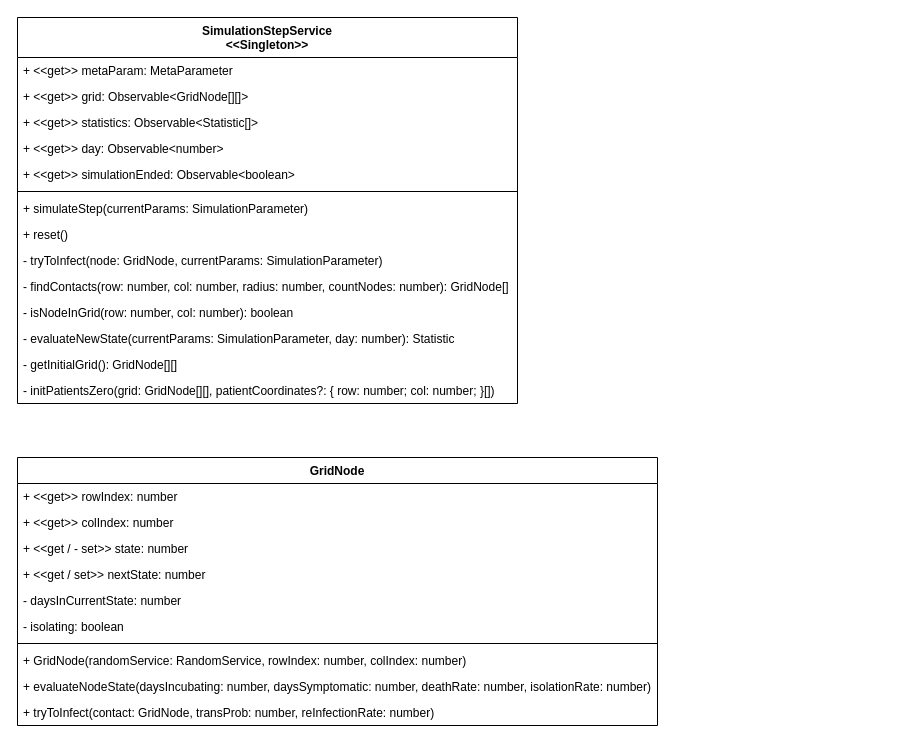
The draw.io diagram Untitled Diagram.drawio in tammowhs/simulationelectron, before the edit. Source tidied: cells renumbered, new cells numbered last; positions are measured from the earlier drawing's top-left corner, leaving out a move shared by most shapes. Both pictures are drawn from the tidied source at 100%, with x=0, y=0 at pixel (17, 17).
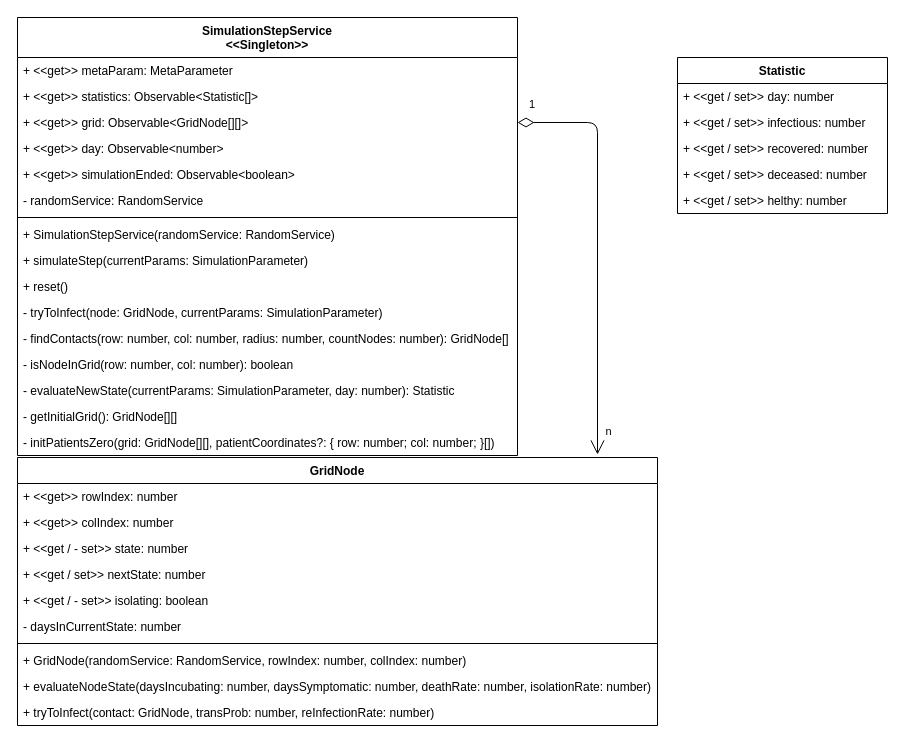
The same page after the edit.

Unchanged cells that the change refers to:
```xml
<mxCell id="17" value="GridNode" style="swimlane;fontStyle=1;align=center;verticalAlign=top;horizontal=1;startSize=26;" parent="1" vertex="1">
  <mxGeometry y="440" width="640" height="268" as="geometry" />
</mxCell>
```

What changed in the source:
```diff
@@
     <mxCell id="2" value="SimulationStepService&#10;&lt;&lt;Singleton&gt;&gt;" style="swimlane;fontStyle=1;align=center;verticalAlign=middle;horizontal=1;startSize=40;rounded=0;shadow=0;strokeWidth=1;" parent="1" vertex="1">
-      <mxGeometry width="500" height="386" as="geometry" />
+      <mxGeometry width="500" height="438" as="geometry" />
     </mxCell>
@@
+    <mxCell id="5" value="+ &lt;&lt;get&gt;&gt; statistics: Observable&lt;Statistic[]&gt;" style="text;align=left;verticalAlign=top;spacingLeft=4;spacingRight=4;overflow=hidden;rounded=0;shadow=0;html=0;" parent="2" vertex="1">
+      <mxGeometry y="66" width="500" height="26" as="geometry" />
+    </mxCell>
     <mxCell id="4" value="+ &lt;&lt;get&gt;&gt; grid: Observable&lt;GridNode[][]&gt;" style="text;align=left;verticalAlign=top;spacingLeft=4;spacingRight=4;overflow=hidden;points=[[0,0.5],[1,0.5]];portConstraint=eastwest;rounded=0;shadow=0;html=0;" parent="2" vertex="1">
-      <mxGeometry y="66" width="500" height="26" as="geometry" />
+      <mxGeometry y="92" width="500" height="26" as="geometry" />
     </mxCell>
-    <mxCell id="5" value="+ &lt;&lt;get&gt;&gt; statistics: Observable&lt;Statistic[]&gt;" style="text;align=left;verticalAlign=top;spacingLeft=4;spacingRight=4;overflow=hidden;rounded=0;shadow=0;html=0;" parent="2" vertex="1">
-      <mxGeometry y="92" width="500" height="26" as="geometry" />
-    </mxCell>
@@
-    <mxCell id="7" value="+ &lt;&lt;get&gt;&gt; simulationEnded: Observable&lt;boolean&gt;&#10;" style="text;align=left;verticalAlign=top;spacingLeft=4;spacingRight=4;overflow=hidden;rounded=0;shadow=0;html=0;" parent="2" vertex="1">
+    <mxCell id="7" value="+ &lt;&lt;get&gt;&gt; simulationEnded: Observable&lt;boolean&gt;" style="text;align=left;verticalAlign=top;spacingLeft=4;spacingRight=4;overflow=hidden;rounded=0;shadow=0;html=0;" parent="2" vertex="1">
       <mxGeometry y="144" width="500" height="26" as="geometry" />
     </mxCell>
+    <mxCell id="28" value="- randomService: RandomService" style="text;align=left;verticalAlign=top;spacingLeft=4;spacingRight=4;overflow=hidden;rounded=0;shadow=0;html=0;" parent="2" vertex="1">
+      <mxGeometry y="170" width="500" height="26" as="geometry" />
+    </mxCell>
     <mxCell id="8" style="line;strokeWidth=1;fillColor=none;align=left;verticalAlign=middle;spacingTop=-1;spacingLeft=3;spacingRight=3;labelPosition=right;" parent="2" vertex="1">
-      <mxGeometry y="170" width="500" height="8" as="geometry" />
+      <mxGeometry y="196" width="500" height="8" as="geometry" />
     </mxCell>
+    <mxCell id="29" value="+ SimulationStepService(randomService: RandomService)" style="text;align=left;verticalAlign=top;spacingLeft=4;spacingRight=4;overflow=hidden;rounded=0;shadow=0;html=0;" parent="2" vertex="1">
+      <mxGeometry y="204" width="500" height="26" as="geometry" />
+    </mxCell>
     <mxCell id="9" value="+ simulateStep(currentParams: SimulationParameter)" style="text;align=left;verticalAlign=top;spacingLeft=4;spacingRight=4;overflow=hidden;rounded=0;shadow=0;html=0;" parent="2" vertex="1">
-      <mxGeometry y="178" width="500" height="26" as="geometry" />
+      <mxGeometry y="230" width="500" height="26" as="geometry" />
     </mxCell>
     <mxCell id="10" value="+ reset()" style="text;align=left;verticalAlign=top;spacingLeft=4;spacingRight=4;overflow=hidden;rounded=0;shadow=0;html=0;" parent="2" vertex="1">
-      <mxGeometry y="204" width="500" height="26" as="geometry" />
+      <mxGeometry y="256" width="500" height="26" as="geometry" />
     </mxCell>
     <mxCell id="11" value="- tryToInfect(node: GridNode, currentParams: SimulationParameter)" style="text;align=left;verticalAlign=top;spacingLeft=4;spacingRight=4;overflow=hidden;rounded=0;shadow=0;html=0;" parent="2" vertex="1">
-      <mxGeometry y="230" width="500" height="26" as="geometry" />
+      <mxGeometry y="282" width="500" height="26" as="geometry" />
     </mxCell>
     <mxCell id="12" value="- findContacts(row: number, col: number, radius: number, countNodes: number): GridNode[]" style="text;align=left;verticalAlign=top;spacingLeft=4;spacingRight=4;overflow=hidden;rounded=0;shadow=0;html=0;" parent="2" vertex="1">
-      <mxGeometry y="256" width="500" height="26" as="geometry" />
+      <mxGeometry y="308" width="500" height="26" as="geometry" />
     </mxCell>
     <mxCell id="13" value="- isNodeInGrid(row: number, col: number): boolean" style="text;align=left;verticalAlign=top;spacingLeft=4;spacingRight=4;overflow=hidden;rounded=0;shadow=0;html=0;" parent="2" vertex="1">
-      <mxGeometry y="282" width="500" height="26" as="geometry" />
+      <mxGeometry y="334" width="500" height="26" as="geometry" />
     </mxCell>
     <mxCell id="14" value="- evaluateNewState(currentParams: SimulationParameter, day: number): Statistic" style="text;align=left;verticalAlign=top;spacingLeft=4;spacingRight=4;overflow=hidden;rounded=0;shadow=0;html=0;" parent="2" vertex="1">
-      <mxGeometry y="308" width="500" height="26" as="geometry" />
+      <mxGeometry y="360" width="500" height="26" as="geometry" />
     </mxCell>
     <mxCell id="15" value="- getInitialGrid(): GridNode[][]" style="text;align=left;verticalAlign=top;spacingLeft=4;spacingRight=4;overflow=hidden;rounded=0;shadow=0;html=0;" parent="2" vertex="1">
-      <mxGeometry y="334" width="500" height="26" as="geometry" />
+      <mxGeometry y="386" width="500" height="26" as="geometry" />
     </mxCell>
     <mxCell id="16" value="- initPatientsZero(grid: GridNode[][], patientCoordinates?: { row: number; col: number; }[])" style="text;align=left;verticalAlign=top;spacingLeft=4;spacingRight=4;overflow=hidden;rounded=0;shadow=0;html=0;" parent="2" vertex="1">
-      <mxGeometry y="360" width="500" height="26" as="geometry" />
+      <mxGeometry y="412" width="500" height="26" as="geometry" />
     </mxCell>
@@
+    <mxCell id="23" value="+ &lt;&lt;get / - set&gt;&gt; isolating: boolean" style="text;strokeColor=none;fillColor=none;align=left;verticalAlign=top;spacingLeft=4;spacingRight=4;overflow=hidden;" parent="17" vertex="1">
+      <mxGeometry y="130" width="640" height="26" as="geometry" />
+    </mxCell>
     <mxCell id="22" value="- daysInCurrentState: number" style="text;strokeColor=none;fillColor=none;align=left;verticalAlign=top;spacingLeft=4;spacingRight=4;overflow=hidden;" parent="17" vertex="1">
-      <mxGeometry y="130" width="640" height="26" as="geometry" />
+      <mxGeometry y="156" width="640" height="26" as="geometry" />
     </mxCell>
-    <mxCell id="23" value="- isolating: boolean" style="text;strokeColor=none;fillColor=none;align=left;verticalAlign=top;spacingLeft=4;spacingRight=4;overflow=hidden;" parent="17" vertex="1">
-      <mxGeometry y="156" width="640" height="26" as="geometry" />
-    </mxCell>
@@
+    <mxCell id="30" value="Statistic" style="swimlane;fontStyle=1;align=center;verticalAlign=top;horizontal=1;startSize=26;" parent="1" vertex="1">
+      <mxGeometry x="660" y="40" width="210" height="156" as="geometry" />
+    </mxCell>
+    <mxCell id="31" value="+ &lt;&lt;get / set&gt;&gt; day: number" style="text;strokeColor=none;fillColor=none;align=left;verticalAlign=top;spacingLeft=4;spacingRight=4;overflow=hidden;" parent="30" vertex="1">
+      <mxGeometry y="26" width="210" height="26" as="geometry" />
+    </mxCell>
+    <mxCell id="32" value="+ &lt;&lt;get / set&gt;&gt; infectious: number" style="text;strokeColor=none;fillColor=none;align=left;verticalAlign=top;spacingLeft=4;spacingRight=4;overflow=hidden;" parent="30" vertex="1">
+      <mxGeometry y="52" width="210" height="26" as="geometry" />
+    </mxCell>
+    <mxCell id="33" value="+ &lt;&lt;get / set&gt;&gt; recovered: number" style="text;strokeColor=none;fillColor=none;align=left;verticalAlign=top;spacingLeft=4;spacingRight=4;overflow=hidden;" parent="30" vertex="1">
+      <mxGeometry y="78" width="210" height="26" as="geometry" />
+    </mxCell>
+    <mxCell id="34" value="+ &lt;&lt;get / set&gt;&gt; deceased: number" style="text;strokeColor=none;fillColor=none;align=left;verticalAlign=top;spacingLeft=4;spacingRight=4;overflow=hidden;" parent="30" vertex="1">
+      <mxGeometry y="104" width="210" height="26" as="geometry" />
+    </mxCell>
+    <mxCell id="35" value="+ &lt;&lt;get / set&gt;&gt; helthy: number" style="text;strokeColor=none;fillColor=none;align=left;verticalAlign=top;spacingLeft=4;spacingRight=4;overflow=hidden;" parent="30" vertex="1">
+      <mxGeometry y="130" width="210" height="26" as="geometry" />
+    </mxCell>
+    <mxCell id="36" value="1" style="endArrow=open;html=1;endSize=12;startArrow=diamondThin;startSize=14;startFill=0;edgeStyle=orthogonalEdgeStyle;align=left;verticalAlign=bottom;exitX=1;exitY=0.5;exitDx=0;exitDy=0;" parent="1" edge="1" source="4">
+      <mxGeometry x="-0.95" y="9" relative="1" as="geometry">
+        <mxPoint x="580" y="437" as="targetPoint" />
+        <Array as="points">
+          <mxPoint x="580" y="105" />
+        </Array>
+      </mxGeometry>
+    </mxCell>
+    <mxCell id="37" value="n" style="edgeLabel;html=1;align=center;verticalAlign=middle;" parent="36" vertex="1">
+      <mxGeometry x="0.95" y="1" relative="1" as="geometry">
+        <mxPoint x="9" y="-14" as="offset" />
+      </mxGeometry>
+    </mxCell>
```
